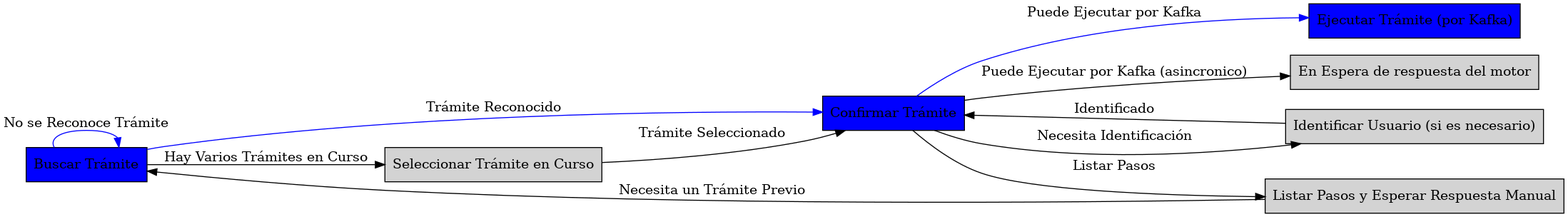
vaucheret/cheetha keeps this Graphviz diagram as chatbot_fases.png. Above is the earlier version. Its source is kept beside it as chatbot_fases.dot. Source of this version:
```dot
digraph chat_assistant {
    rankdir=LR; // Dirección de izquierda a derecha
    node [shape=box, style=filled];

    buscar_tramite [label="Buscar Trámite" shape=box fillcolor=blue];
    confirmar_tramite [label="Confirmar Trámite" shape=box fillcolor=blue];
    ejecutar_tramite [label="Ejecutar Trámite (por Kafka)" shape=box fillcolor=blue];
    en_espera [label="En Espera de respuesta del motor" shape=box ];
    espera_manual [label="Listar Pasos y Esperar Respuesta Manual" shape=box];
    seleccionar_tramite [label="Seleccionar Trámite en Curso" shape=box];

    identificar_usuario [label="Identificar Usuario (si es necesario)"  shape=box];

    buscar_tramite -> confirmar_tramite [label="Trámite Reconocido" color=blue];
    buscar_tramite -> seleccionar_tramite [label="Hay Varios Trámites en Curso"];

    confirmar_tramite -> identificar_usuario [label="Necesita Identificación"];
    confirmar_tramite -> ejecutar_tramite [label="Puede Ejecutar por Kafka" color=blue];
    confirmar_tramite -> en_espera [label="Puede Ejecutar por Kafka (asincronico)"];
    confirmar_tramite -> espera_manual [label="Listar Pasos"];

    identificar_usuario -> confirmar_tramite [label="Identificado"];

    seleccionar_tramite -> confirmar_tramite [label="Trámite Seleccionado"];

    buscar_tramite -> buscar_tramite [label="No se Reconoce Trámite" color=blue];

    espera_manual -> buscar_tramite [label="Necesita un Trámite Previo"];
}








```
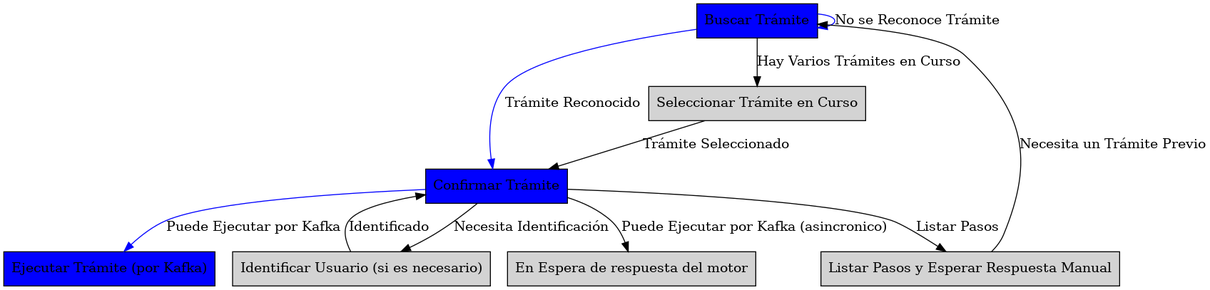
After the change.

Change to the diagram source:
```diff
@@ -1,5 +1,5 @@
 digraph chat_assistant {
-    rankdir=LR; // Dirección de izquierda a derecha
+    rankdir=TB; // Dirección de izquierda a derecha
     node [shape=box, style=filled];
 
     buscar_tramite [label="Buscar Trámite" shape=box fillcolor=blue];
```
